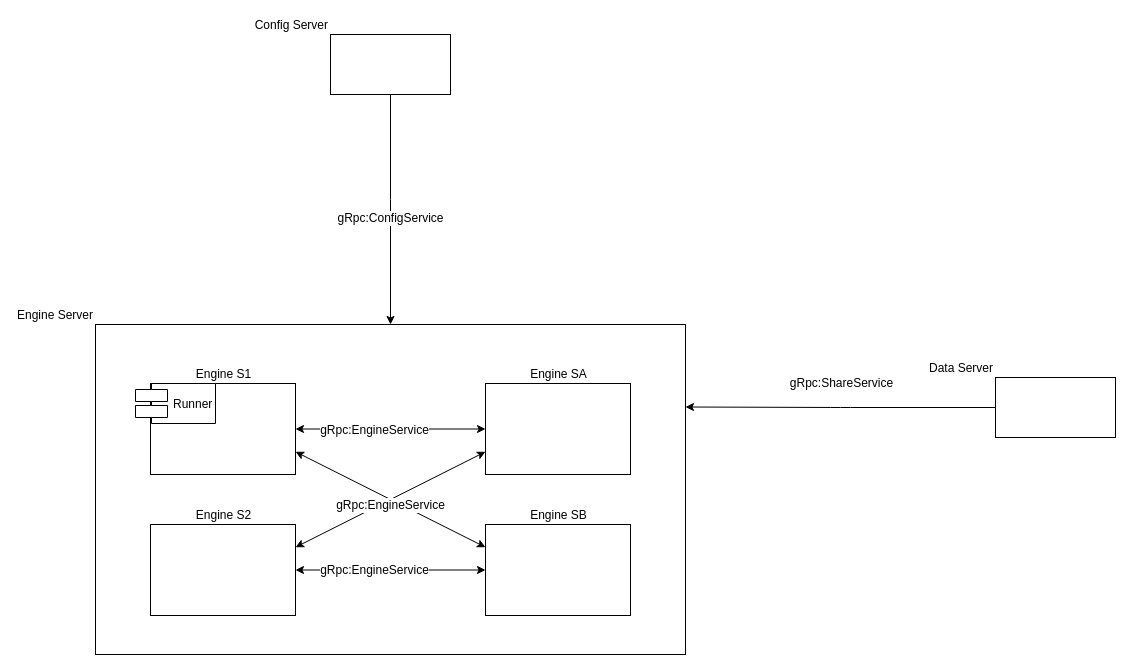
This is privpy.drawio from yankaili2006/wiki, a draw.io file, before an edit. Source tidied: cells renumbered, new cells numbered last; positions are measured from the earlier drawing's top-left corner, leaving out a move shared by most shapes. Both pictures are drawn from the tidied source at 100%, with x=0, y=0 at pixel (95, 34).
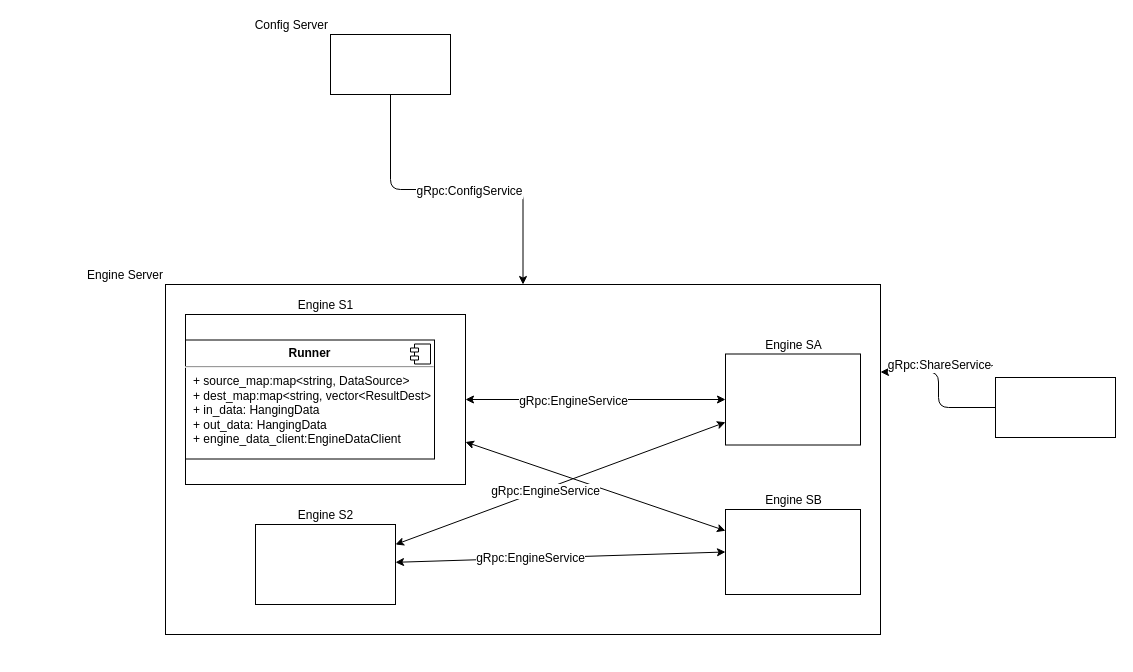
The same page after the edit.

Change to the diagram source:
```diff
@@
     <mxCell id="2" value="Engine Server" style="whiteSpace=wrap;html=1;align=right;labelPosition=left;verticalLabelPosition=top;verticalAlign=bottom;" parent="1" vertex="1">
-      <mxGeometry y="290" width="590" height="330" as="geometry" />
+      <mxGeometry x="70" y="250" width="715" height="350" as="geometry" />
     </mxCell>
     <mxCell id="3" value="Engine S1&lt;br&gt;" style="html=1;labelPosition=center;verticalLabelPosition=top;align=center;verticalAlign=bottom;" parent="2" vertex="1">
-      <mxGeometry x="55" y="59" width="145" height="91" as="geometry" />
+      <mxGeometry x="20" y="30" width="280" height="170" as="geometry" />
     </mxCell>
     <mxCell id="4" value="Engine SA&lt;br&gt;" style="html=1;labelPosition=center;verticalLabelPosition=top;align=center;verticalAlign=bottom;" parent="2" vertex="1">
-      <mxGeometry x="390" y="59" width="145" height="91" as="geometry" />
+      <mxGeometry x="560" y="69.5" width="135" height="91" as="geometry" />
     </mxCell>
-    <mxCell id="5" value="Runner" style="shape=component;align=left;spacingLeft=36;" parent="2" vertex="1">
-      <mxGeometry x="40" y="59" width="80" height="40" as="geometry" />
-    </mxCell>
-    <mxCell id="6" value="Engine S2&lt;br&gt;" style="html=1;labelPosition=center;verticalLabelPosition=top;align=center;verticalAlign=bottom;" parent="2" vertex="1">
-      <mxGeometry x="55" y="200" width="145" height="91" as="geometry" />
-    </mxCell>
+    <mxCell id="11" style="endArrow=classic;startArrow=classic;html=1;entryX=0;entryY=0.5;entryDx=0;entryDy=0;" parent="2" edge="1" source="3" target="4">
+      <mxGeometry relative="1" as="geometry" />
+    </mxCell>
+    <mxCell id="12" value="gRpc:EngineService" style="text;html=1;align=center;verticalAlign=middle;labelBackgroundColor=#ffffff;" parent="11" vertex="1">
+      <mxGeometry x="-0.18" y="-1" relative="1" as="geometry" />
+    </mxCell>
+    <mxCell id="21" value="&lt;p style=&quot;margin: 0px ; margin-top: 6px ; text-align: center&quot;&gt;&lt;b&gt;Runner&lt;/b&gt;&lt;/p&gt;&lt;hr&gt;&lt;p style=&quot;margin: 0px ; margin-left: 8px&quot;&gt;+ source_map:map&amp;lt;string, DataSource&amp;gt;&lt;/p&gt;&lt;p style=&quot;margin: 0px ; margin-left: 8px&quot;&gt;+ dest_map:map&amp;lt;string, vector&amp;lt;ResultDest&amp;gt;&lt;/p&gt;&lt;p style=&quot;margin: 0px ; margin-left: 8px&quot;&gt;+ in_data: HangingData&lt;br&gt;+ out_data: HangingData&lt;/p&gt;&lt;p style=&quot;margin: 0px ; margin-left: 8px&quot;&gt;+ engine_data_client:&lt;span&gt;EngineDataClient&lt;/span&gt;&lt;/p&gt;" style="align=left;overflow=fill;html=1;" parent="2" vertex="1">
+      <mxGeometry x="20" y="55.5" width="249" height="119" as="geometry" />
+    </mxCell>
+    <mxCell id="22" style="shape=component;jettyWidth=8;jettyHeight=4;" parent="21" vertex="1">
+      <mxGeometry x="1" width="20" height="20" relative="1" as="geometry">
+        <mxPoint x="-24" y="4" as="offset" />
+      </mxGeometry>
+    </mxCell>
     <mxCell id="7" value="Engine SB&lt;br&gt;" style="html=1;labelPosition=center;verticalLabelPosition=top;align=center;verticalAlign=bottom;" parent="2" vertex="1">
-      <mxGeometry x="390" y="200" width="145" height="91" as="geometry" />
+      <mxGeometry x="560" y="225" width="135" height="85" as="geometry" />
     </mxCell>
@@
+    <mxCell id="6" value="Engine S2&lt;br&gt;" style="html=1;labelPosition=center;verticalLabelPosition=top;align=center;verticalAlign=bottom;" parent="2" vertex="1">
+      <mxGeometry x="90" y="240" width="140" height="80" as="geometry" />
+    </mxCell>
@@
-    <mxCell id="11" style="endArrow=classic;startArrow=classic;html=1;entryX=0;entryY=0.5;entryDx=0;entryDy=0;" parent="2" edge="1" source="3" target="4">
-      <mxGeometry relative="1" as="geometry" />
-    </mxCell>
-    <mxCell id="12" value="gRpc:EngineService" style="text;html=1;align=center;verticalAlign=middle;labelBackgroundColor=#ffffff;" parent="11" vertex="1">
-      <mxGeometry x="-0.18" y="-1" relative="1" as="geometry" />
-    </mxCell>
```
